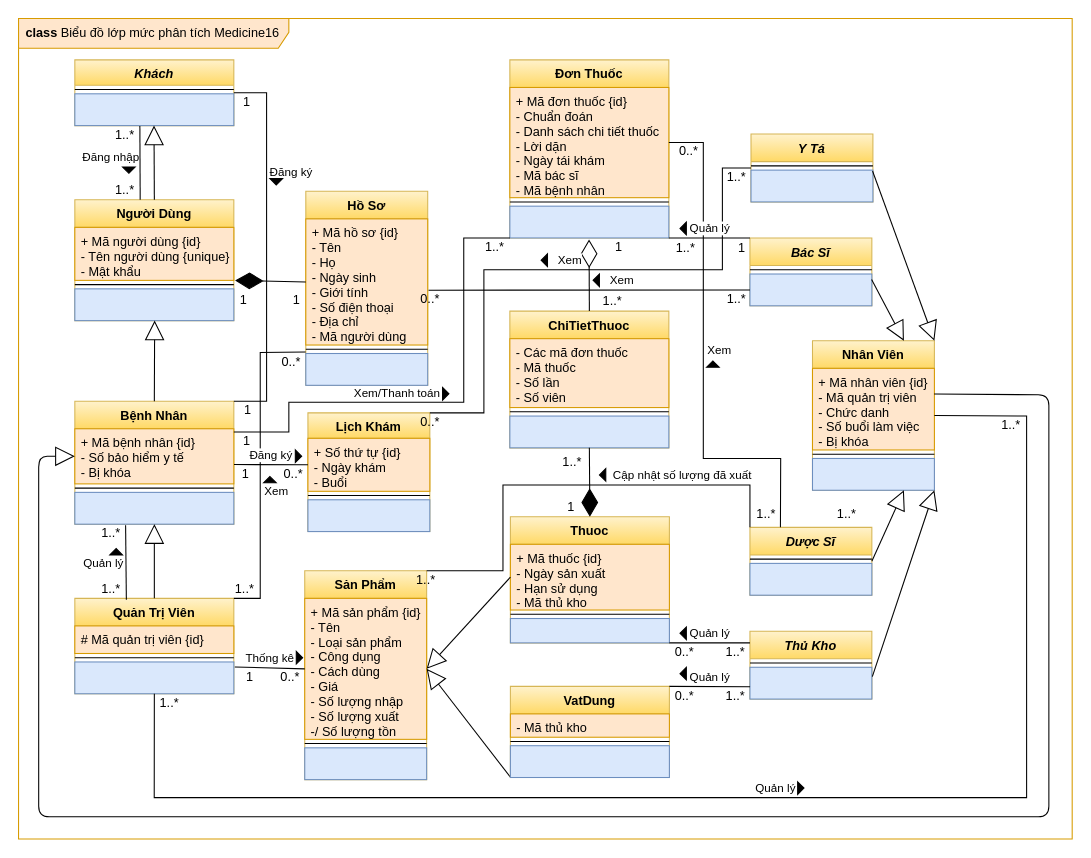
Before: page "Basic Class" (2 of 8) of designs/medicine16.drawio in luclegen/medicine16, a draw.io diagram. Source tidied: cells renumbered, new cells numbered last; positions are measured from the earlier drawing's top-left corner, leaving out a move shared by most shapes. Both pictures are drawn from the tidied source at 106%, with x=0, y=0 at pixel (18, 18).
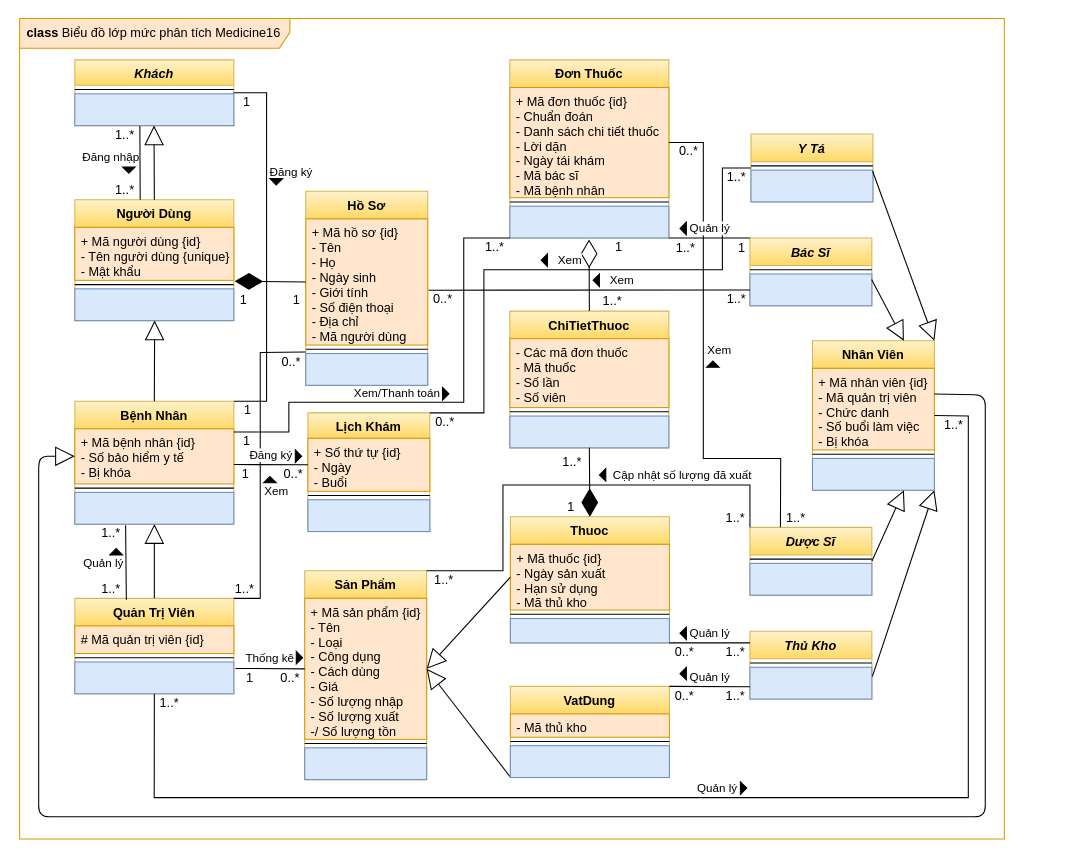
After the change.

Unchanged cells that the change refers to:
```xml
<mxCell id="7" value="+ Mã người dùng {id}&#10;- Tên người dùng {unique}&#10;- Mật khẩu" style="text;strokeColor=#d79b00;fillColor=#ffe6cc;align=left;verticalAlign=top;spacingLeft=4;spacingRight=4;overflow=hidden;points=[[0,0.5],[1,0.5]];portConstraint=eastwest;" parent="6" vertex="1">
  <mxGeometry y="26" width="150" height="50" as="geometry" />
</mxCell>
<mxCell id="11" value="+ Mã hồ sơ {id}&#10;- Tên&#10;- Họ&#10;- Ngày sinh&#10;- Giới tính&#10;- Số điện thoại&#10;- Địa chỉ&#10;- Mã người dùng" style="text;strokeColor=#d79b00;fillColor=#ffe6cc;align=left;verticalAlign=top;spacingLeft=4;spacingRight=4;overflow=hidden;points=[[0,0.5],[1,0.5]];portConstraint=eastwest;" parent="10" vertex="1">
  <mxGeometry y="26" width="115" height="119" as="geometry" />
</mxCell>
<mxCell id="15" value="+ Mã bệnh nhân {id}&#10;- Số bảo hiểm y tế&#10;- Bị khóa" style="text;strokeColor=#d79b00;fillColor=#ffe6cc;align=left;verticalAlign=top;spacingLeft=4;spacingRight=4;overflow=hidden;points=[[0,0.5],[1,0.5]];portConstraint=eastwest;" parent="14" vertex="1">
  <mxGeometry y="26" width="150" height="52" as="geometry" />
</mxCell>
<mxCell id="20" value="Lịch Khám" style="swimlane;fontStyle=1;align=center;verticalAlign=top;horizontal=1;startSize=24;fillColor=#fff2cc;strokeColor=#d6b656;gradientColor=#ffd966;" parent="1" vertex="1">
  <mxGeometry x="273" y="372" width="115" height="112" as="geometry" />
</mxCell>
<mxCell id="24" value="Quản Trị Viên" style="swimlane;fontStyle=1;align=center;verticalAlign=top;horizontal=1;startSize=26;fillColor=#fff2cc;strokeColor=#d6b656;gradientColor=#ffd966;" parent="1" vertex="1">
  <mxGeometry x="53.1" y="547" width="150" height="90" as="geometry" />
</mxCell>
<mxCell id="27" style="text;strokeColor=#6c8ebf;fillColor=#dae8fc;align=left;verticalAlign=top;spacingLeft=4;spacingRight=4;overflow=hidden;points=[[0,0.5],[1,0.5]];portConstraint=eastwest;fontStyle=0;" parent="24" vertex="1">
  <mxGeometry y="60" width="150" height="30" as="geometry" />
</mxCell>
<mxCell id="47" value="Nhân Viên" style="swimlane;fontStyle=1;align=center;verticalAlign=top;horizontal=1;startSize=26;fillColor=#fff2cc;strokeColor=#d6b656;gradientColor=#ffd966;" parent="1" vertex="1">
  <mxGeometry x="749" y="304" width="115" height="141" as="geometry" />
</mxCell>
<mxCell id="48" value="+ Mã nhân viên {id}&#10;- Mã quản trị viên&#10;- Chức danh&#10;- Số buổi làm việc&#10;- Bị khóa" style="text;strokeColor=#d79b00;fillColor=#ffe6cc;align=left;verticalAlign=top;spacingLeft=4;spacingRight=4;overflow=hidden;points=[[0,0.5],[1,0.5]];portConstraint=eastwest;" parent="47" vertex="1">
  <mxGeometry y="26" width="115" height="77" as="geometry" />
</mxCell>
<mxCell id="56" value="Sản Phẩm" style="swimlane;fontStyle=1;align=center;verticalAlign=top;horizontal=1;startSize=26;fillColor=#fff2cc;strokeColor=#d6b656;gradientColor=#ffd966;" parent="1" vertex="1">
  <mxGeometry x="270" y="521" width="115" height="197" as="geometry" />
</mxCell>
```

What changed in the source:
```diff
@@
     <mxCell id="2" value="class&lt;span style=&quot;font-weight: normal&quot;&gt; Biểu đồ lớp mức phân tích Medicine16&lt;/span&gt;" style="shape=umlFrame;whiteSpace=wrap;html=1;width=255;height=28;boundedLbl=1;verticalAlign=middle;align=left;spacingLeft=5;fillColor=#ffe6cc;strokeColor=#d79b00;swimlaneFillColor=#FFFFFF;fontStyle=1;" parent="1" vertex="1">
-      <mxGeometry width="994" height="774" as="geometry" />
+      <mxGeometry x="1" width="929" height="774" as="geometry" />
     </mxCell>
@@
-    <mxCell id="21" value="+ Số thứ tự {id}&#10;- Ngày khám&#10;- Buổi" style="text;strokeColor=#d79b00;fillColor=#ffe6cc;align=left;verticalAlign=top;spacingLeft=4;spacingRight=4;overflow=hidden;points=[[0,0.5],[1,0.5]];portConstraint=eastwest;" parent="20" vertex="1">
+    <mxCell id="21" value="+ Số thứ tự {id}&#10;- Ngày&#10;- Buổi" style="text;strokeColor=#d79b00;fillColor=#ffe6cc;align=left;verticalAlign=top;spacingLeft=4;spacingRight=4;overflow=hidden;points=[[0,0.5],[1,0.5]];portConstraint=eastwest;" parent="20" vertex="1">
       <mxGeometry y="24" width="115" height="50" as="geometry" />
     </mxCell>
@@
-    <mxCell id="57" value="+ Mã sản phẩm {id}&#10;- Tên&#10;- Loại sản phẩm&#10;- Công dụng&#10;- Cách dùng&#10;- Giá&#10;- Số lượng nhập&#10;- Số lượng xuất&#10;-/ Số lượng tồn" style="text;strokeColor=#d79b00;fillColor=#ffe6cc;align=left;verticalAlign=top;spacingLeft=4;spacingRight=4;overflow=hidden;points=[[0,0.5],[1,0.5]];portConstraint=eastwest;fontStyle=0;" parent="56" vertex="1">
+    <mxCell id="57" value="+ Mã sản phẩm {id}&#10;- Tên&#10;- Loại&#10;- Công dụng&#10;- Cách dùng&#10;- Giá&#10;- Số lượng nhập&#10;- Số lượng xuất&#10;-/ Số lượng tồn" style="text;strokeColor=#d79b00;fillColor=#ffe6cc;align=left;verticalAlign=top;spacingLeft=4;spacingRight=4;overflow=hidden;points=[[0,0.5],[1,0.5]];portConstraint=eastwest;fontStyle=0;" parent="56" vertex="1">
       <mxGeometry y="26" width="115" height="133" as="geometry" />
     </mxCell>
@@
     <mxCell id="67" style="endArrow=block;endSize=16;endFill=0;html=1;entryX=0;entryY=0.5;entryDx=0;entryDy=0;exitX=0.998;exitY=0.315;exitDx=0;exitDy=0;exitPerimeter=0;" parent="1" edge="1" source="48" target="15">
       <mxGeometry relative="1" as="geometry">
         <Array as="points">
-          <mxPoint x="972" y="355" />
-          <mxPoint x="972" y="753" />
+          <mxPoint x="912" y="355" />
+          <mxPoint x="912" y="753" />
           <mxPoint x="19" y="753" />
           <mxPoint x="19" y="413" />
         </Array>
       </mxGeometry>
     </mxCell>
@@
     <mxCell id="72" value="1..*" style="text;html=1;align=center;verticalAlign=middle;strokeColor=none;" parent="1" vertex="1">
-      <mxGeometry x="922" y="375" width="28" height="18" as="geometry" />
+      <mxGeometry x="868" y="375" width="28" height="18" as="geometry" />
     </mxCell>
@@
     <mxCell id="94" value="&lt;span style=&quot;color: rgb(0, 0, 0); font-family: helvetica; font-size: 11px; font-style: normal; font-weight: 400; letter-spacing: normal; text-align: center; text-indent: 0px; text-transform: none; word-spacing: 0px; background-color: rgb(255, 255, 255); display: inline; float: none;&quot;&gt;Quản lý&lt;/span&gt;" style="endArrow=none;html=1;rounded=0;align=center;verticalAlign=bottom;labelBackgroundColor=none;exitX=0.5;exitY=1;exitDx=0;exitDy=0;entryX=1;entryY=0.5;entryDx=0;entryDy=0;" parent="1" edge="1" source="24" target="47">
       <mxGeometry relative="1" as="geometry">
         <Array as="points">
           <mxPoint x="128" y="735" />
-          <mxPoint x="951" y="735" />
-          <mxPoint x="951" y="375" />
+          <mxPoint x="896" y="735" />
+          <mxPoint x="896" y="375" />
         </Array>
       </mxGeometry>
     </mxCell>
     <mxCell id="95" style="triangle;fillColor=#000000;direction=east;" parent="1" vertex="1">
-      <mxGeometry x="735" y="720" width="6" height="12" as="geometry" />
+      <mxGeometry x="681" y="720" width="6" height="12" as="geometry" />
     </mxCell>
@@
-    <mxCell id="108" value="&lt;span style=&quot;color: rgb(0 , 0 , 0) ; font-family: &amp;#34;helvetica&amp;#34; ; font-size: 11px ; font-style: normal ; font-weight: 400 ; letter-spacing: normal ; text-align: center ; text-indent: 0px ; text-transform: none ; word-spacing: 0px ; background-color: rgb(255 , 255 , 255) ; display: inline ; float: none&quot;&gt;Thống kê&lt;/span&gt;" style="endArrow=none;html=1;rounded=0;align=center;verticalAlign=bottom;labelBackgroundColor=none;exitX=0;exitY=0.5;exitDx=0;exitDy=0;entryX=1.006;entryY=0.158;entryDx=0;entryDy=0;entryPerimeter=0;" parent="1" edge="1" source="57" target="27">
+    <mxCell id="108" value="&lt;span style=&quot;color: rgb(0 , 0 , 0) ; font-family: &amp;#34;helvetica&amp;#34; ; font-size: 11px ; font-style: normal ; font-weight: 400 ; letter-spacing: normal ; text-align: center ; text-indent: 0px ; text-transform: none ; word-spacing: 0px ; background-color: rgb(255 , 255 , 255) ; display: inline ; float: none&quot;&gt;Thống kê&lt;/span&gt;" style="endArrow=none;html=1;rounded=0;align=center;verticalAlign=bottom;labelBackgroundColor=none;exitX=0;exitY=0.5;exitDx=0;exitDy=0;entryX=1.01;entryY=0.204;entryDx=0;entryDy=0;entryPerimeter=0;" parent="1" edge="1" source="57" target="27">
       <mxGeometry relative="1" as="geometry" />
     </mxCell>
@@
     <mxCell id="110" style="group;" parent="1" vertex="1">
-      <mxGeometry x="203" y="612" width="67.4" height="18" as="geometry" />
+      <mxGeometry x="203" y="613" width="67.4" height="18" as="geometry" />
     </mxCell>
@@
     <mxCell id="119" value="0..*" style="text;html=1;align=center;verticalAlign=middle;strokeColor=none;" parent="1" vertex="1">
-      <mxGeometry x="374" y="372" width="28" height="18" as="geometry" />
+      <mxGeometry x="388" y="372" width="28" height="18" as="geometry" />
     </mxCell>
@@
     <mxCell id="123" value="0..*" style="text;html=1;align=center;verticalAlign=middle;strokeColor=none;" parent="1" vertex="1">
-      <mxGeometry x="374" y="256" width="28" height="18" as="geometry" />
+      <mxGeometry x="386" y="256" width="28" height="18" as="geometry" />
     </mxCell>
@@
     <mxCell id="126" value="1..*" style="text;html=1;align=center;verticalAlign=middle;strokeColor=none;" parent="1" vertex="1">
-      <mxGeometry x="767" y="459" width="28" height="18" as="geometry" />
+      <mxGeometry x="719" y="462" width="28" height="18" as="geometry" />
     </mxCell>
@@
     <mxCell id="130" value="1..*" style="text;html=1;align=center;verticalAlign=middle;strokeColor=none;" parent="1" vertex="1">
-      <mxGeometry x="691" y="459" width="28" height="18" as="geometry" />
+      <mxGeometry x="662" y="462" width="28" height="18" as="geometry" />
     </mxCell>
     <mxCell id="131" value="1..*" style="text;html=1;align=center;verticalAlign=middle;strokeColor=none;" parent="1" vertex="1">
-      <mxGeometry x="370" y="521" width="28" height="18" as="geometry" />
+      <mxGeometry x="387" y="521" width="28" height="18" as="geometry" />
     </mxCell>
-    <mxCell id="132" style="endArrow=diamondThin;endFill=1;endSize=24;html=1;jumpSize=0;exitX=0;exitY=0.5;exitDx=0;exitDy=0;entryX=1.008;entryY=1.003;entryDx=0;entryDy=0;entryPerimeter=0;" parent="1" edge="1" source="11" target="7">
+    <mxCell id="132" style="endArrow=diamondThin;endFill=1;endSize=24;html=1;jumpSize=0;exitX=0;exitY=0.5;exitDx=0;exitDy=0;entryX=1.005;entryY=1.017;entryDx=0;entryDy=0;entryPerimeter=0;" parent="1" edge="1" source="11" target="7">
       <mxGeometry relative="1" as="geometry" />
     </mxCell>
```
